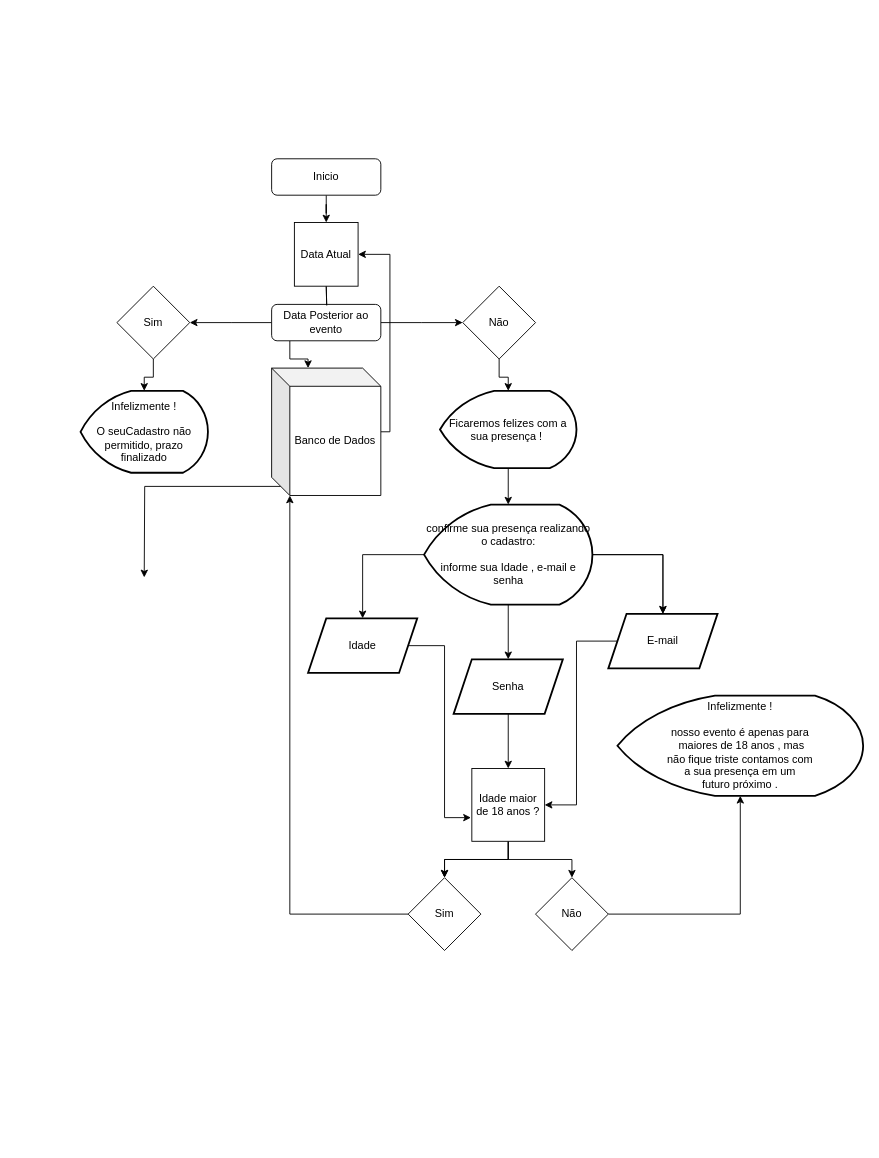
The draw.io diagram Untitled Diagram.drawio in zemello/senai-versoes-colaboracoes, before the edit. Source tidied: cells renumbered, new cells numbered last; positions are measured from the earlier drawing's top-left corner, leaving out a move shared by most shapes. Both pictures are drawn from the tidied source at 91%, with x=0, y=0 at pixel (80, 158).
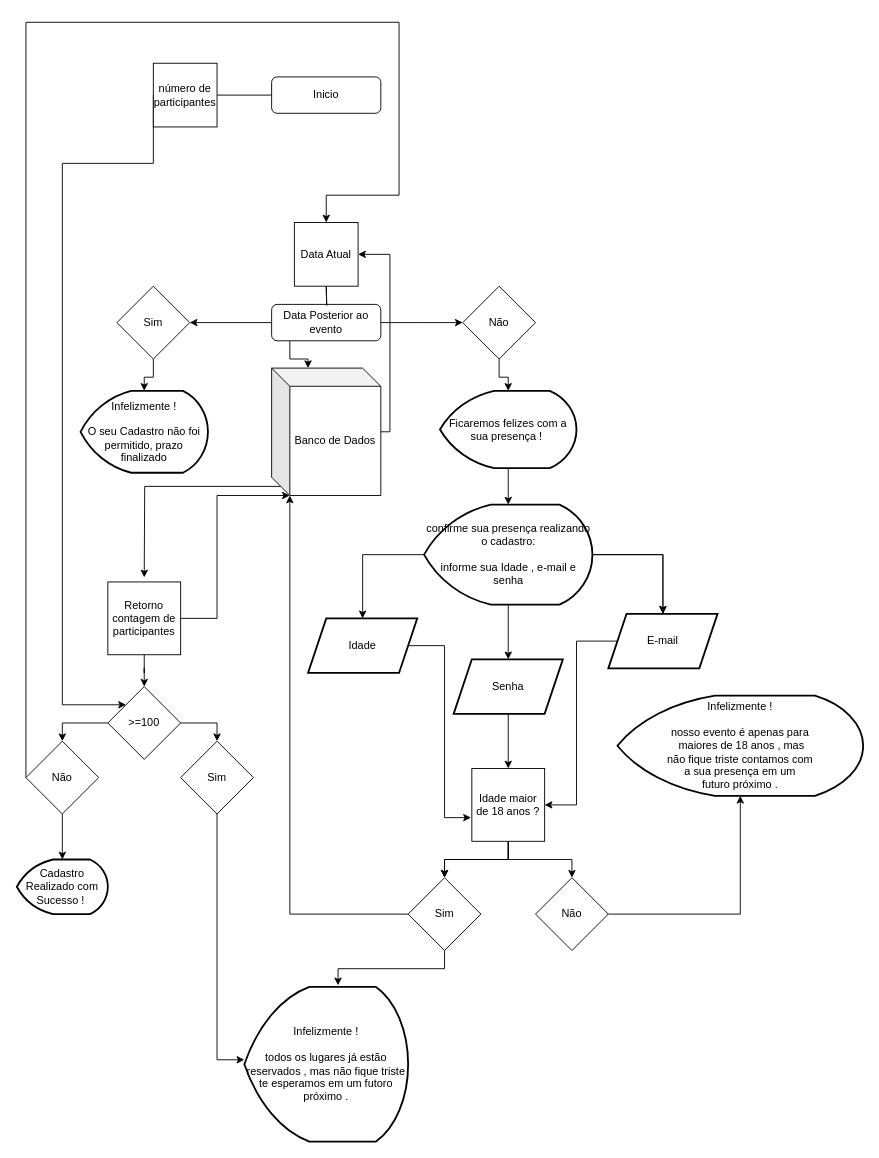
After the change.

Unchanged cells that the change refers to:
```xml
<mxCell id="10" value="Data Atual" style="whiteSpace=wrap;html=1;" parent="1" vertex="1">
  <mxGeometry x="235" y="70" width="70" height="70" as="geometry" />
</mxCell>
<mxCell id="15" value="Banco de Dados" style="shape=cube;whiteSpace=wrap;html=1;boundedLbl=1;backgroundOutline=1;darkOpacity=0.05;darkOpacity2=0.1;" parent="1" vertex="1">
  <mxGeometry x="210" y="230" width="120" height="140" as="geometry" />
</mxCell>
<mxCell id="35" value="Sim" style="rhombus;whiteSpace=wrap;html=1;" parent="1" vertex="1">
  <mxGeometry x="360" y="790" width="80" height="80" as="geometry" />
</mxCell>
```

What changed in the source:
```diff
@@
-    <mxCell id="2" style="edgeStyle=orthogonalEdgeStyle;rounded=0;jettySize=auto;html=1;" parent="1" edge="1" source="3" target="10">
-      <mxGeometry relative="1" as="geometry" />
-    </mxCell>
     <mxCell id="3" value="Inicio" style="rounded=1;whiteSpace=wrap;html=1;fontSize=12;glass=0;strokeWidth=1;shadow=0;" parent="1" vertex="1">
-      <mxGeometry x="210" width="120" height="40" as="geometry" />
+      <mxGeometry x="210" y="-90" width="120" height="40" as="geometry" />
     </mxCell>
@@
-    <mxCell id="16" value="Infelizmente !&lt;br&gt;&lt;br&gt;O seuCadastro não permitido, prazo finalizado" style="strokeWidth=2;html=1;shape=mxgraph.flowchart.display;whiteSpace=wrap;" parent="1" vertex="1">
+    <mxCell id="16" value="Infelizmente !&lt;br&gt;&lt;br&gt;O seu Cadastro não foi &lt;br&gt;permitido, prazo finalizado" style="strokeWidth=2;html=1;shape=mxgraph.flowchart.display;whiteSpace=wrap;" parent="1" vertex="1">
       <mxGeometry y="255" width="140" height="90" as="geometry" />
     </mxCell>
@@
+    <mxCell id="41" style="edgeStyle=orthogonalEdgeStyle;rounded=0;jettySize=auto;html=1;exitX=0.5;exitY=1;exitDx=0;exitDy=0;entryX=0.572;entryY=-0.01;entryDx=0;entryDy=0;entryPerimeter=0;" parent="1" edge="1" source="35" target="53">
+      <mxGeometry relative="1" as="geometry" />
+    </mxCell>
@@
+    <mxCell id="42" style="edgeStyle=orthogonalEdgeStyle;rounded=0;jettySize=auto;html=1;exitX=1;exitY=0.5;exitDx=0;exitDy=0;entryX=0;entryY=0;entryDx=20;entryDy=140;entryPerimeter=0;" parent="1" edge="1" source="44" target="15">
+      <mxGeometry relative="1" as="geometry">
+        <Array as="points">
+          <mxPoint x="150" y="505" />
+          <mxPoint x="150" y="370" />
+        </Array>
+      </mxGeometry>
+    </mxCell>
+    <mxCell id="43" style="edgeStyle=orthogonalEdgeStyle;rounded=0;jettySize=auto;html=1;" parent="1" edge="1" source="44" target="52">
+      <mxGeometry relative="1" as="geometry" />
+    </mxCell>
+    <mxCell id="44" value="Retorno contagem de participantes" style="whiteSpace=wrap;html=1;" parent="1" vertex="1">
+      <mxGeometry x="30" y="465" width="80" height="80" as="geometry" />
+    </mxCell>
+    <mxCell id="45" style="edgeStyle=orthogonalEdgeStyle;rounded=0;jettySize=auto;html=1;exitX=0.5;exitY=1;exitDx=0;exitDy=0;entryX=0;entryY=0.471;entryDx=0;entryDy=0;entryPerimeter=0;" parent="1" edge="1" source="46" target="53">
+      <mxGeometry relative="1" as="geometry" />
+    </mxCell>
+    <mxCell id="46" value="Sim" style="rhombus;whiteSpace=wrap;html=1;" parent="1" vertex="1">
+      <mxGeometry x="110" y="640" width="80" height="80" as="geometry" />
+    </mxCell>
+    <mxCell id="47" style="edgeStyle=orthogonalEdgeStyle;rounded=0;jettySize=auto;html=1;entryX=0.5;entryY=0;entryDx=0;entryDy=0;" parent="1" edge="1" source="49" target="10">
+      <mxGeometry relative="1" as="geometry">
+        <Array as="points">
+          <mxPoint x="-60" y="-150" />
+          <mxPoint x="350" y="-150" />
+          <mxPoint x="350" y="40" />
+          <mxPoint x="270" y="40" />
+        </Array>
+      </mxGeometry>
+    </mxCell>
+    <mxCell id="48" style="edgeStyle=orthogonalEdgeStyle;rounded=0;jettySize=auto;html=1;exitX=0.5;exitY=1;exitDx=0;exitDy=0;" parent="1" edge="1" source="49" target="57">
+      <mxGeometry relative="1" as="geometry" />
+    </mxCell>
+    <mxCell id="49" value="Não" style="rhombus;whiteSpace=wrap;html=1;" parent="1" vertex="1">
+      <mxGeometry x="-60" y="640" width="80" height="80" as="geometry" />
+    </mxCell>
+    <mxCell id="50" style="edgeStyle=orthogonalEdgeStyle;rounded=0;jettySize=auto;html=1;exitX=1;exitY=0.5;exitDx=0;exitDy=0;entryX=0.5;entryY=0;entryDx=0;entryDy=0;" parent="1" edge="1" source="52" target="46">
+      <mxGeometry relative="1" as="geometry" />
+    </mxCell>
+    <mxCell id="51" style="edgeStyle=orthogonalEdgeStyle;rounded=0;jettySize=auto;html=1;exitX=0;exitY=0.5;exitDx=0;exitDy=0;entryX=0.5;entryY=0;entryDx=0;entryDy=0;" parent="1" edge="1" source="52" target="49">
+      <mxGeometry relative="1" as="geometry" />
+    </mxCell>
+    <mxCell id="52" value="&amp;gt;=100" style="rhombus;whiteSpace=wrap;html=1;" parent="1" vertex="1">
+      <mxGeometry x="30" y="580" width="80" height="80" as="geometry" />
+    </mxCell>
+    <mxCell id="53" value="Infelizmente !&lt;br&gt;&lt;br&gt;todos os lugares já estão reservados , mas não fique triste te esperamos em um futoro próximo ." style="strokeWidth=2;html=1;shape=mxgraph.flowchart.display;whiteSpace=wrap;" parent="1" vertex="1">
+      <mxGeometry x="180" y="910" width="180" height="170" as="geometry" />
+    </mxCell>
+    <mxCell id="54" style="edgeStyle=orthogonalEdgeStyle;rounded=0;jettySize=auto;html=1;exitX=0;exitY=0.5;exitDx=0;exitDy=0;entryX=0;entryY=0;entryDx=0;entryDy=0;" parent="1" edge="1" source="55" target="52">
+      <mxGeometry relative="1" as="geometry">
+        <Array as="points">
+          <mxPoint x="-20" y="5" />
+          <mxPoint x="-20" y="600" />
+        </Array>
+      </mxGeometry>
+    </mxCell>
+    <mxCell id="55" value="número de participantes" style="whiteSpace=wrap;html=1;" parent="1" vertex="1">
+      <mxGeometry x="80" y="-105" width="70" height="70" as="geometry" />
+    </mxCell>
+    <mxCell id="56" style="edgeStyle=orthogonalEdgeStyle;rounded=0;jettySize=auto;html=1;endArrow=none;" parent="1" edge="1" source="3" target="55">
+      <mxGeometry relative="1" as="geometry" />
+    </mxCell>
+    <mxCell id="57" value="Cadastro Realizado com Sucesso !&amp;nbsp;" style="strokeWidth=2;html=1;shape=mxgraph.flowchart.display;whiteSpace=wrap;" parent="1" vertex="1">
+      <mxGeometry x="-70" y="770" width="100" height="60" as="geometry" />
+    </mxCell>
```
